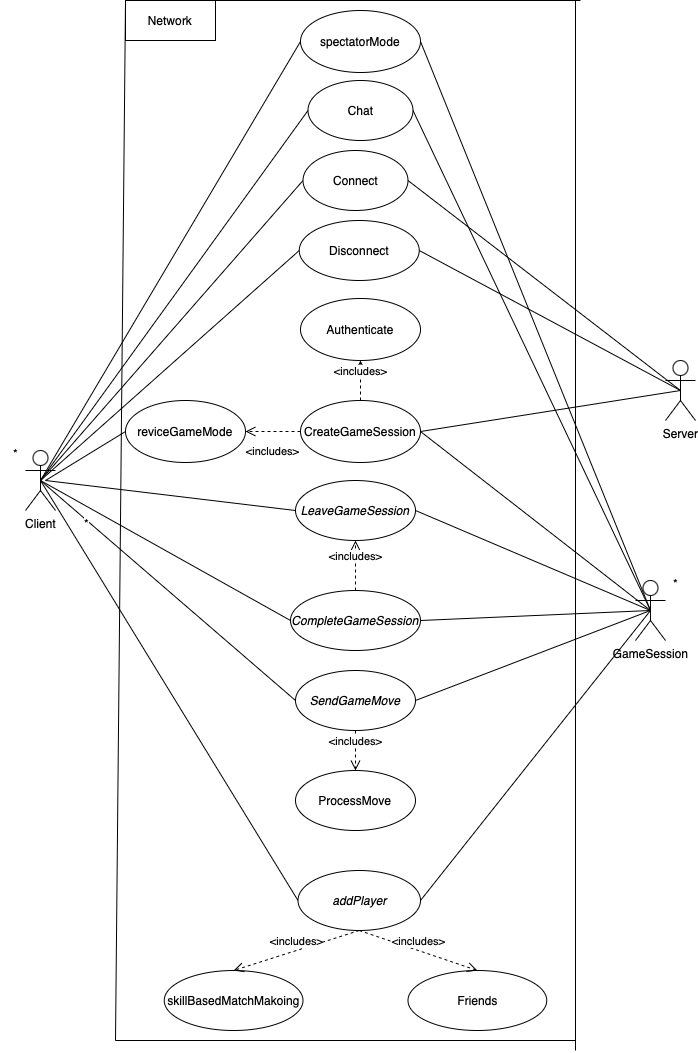
Earlier version of the draw.io export docs/diagrams/NetworkingUseCaseDiagram.png (marinara782/OMG-Multiplayer-Project). Source tidied: cells renumbered, new cells last; positions are measured from the earlier drawing's top-left corner, leaving out a move shared by most shapes.
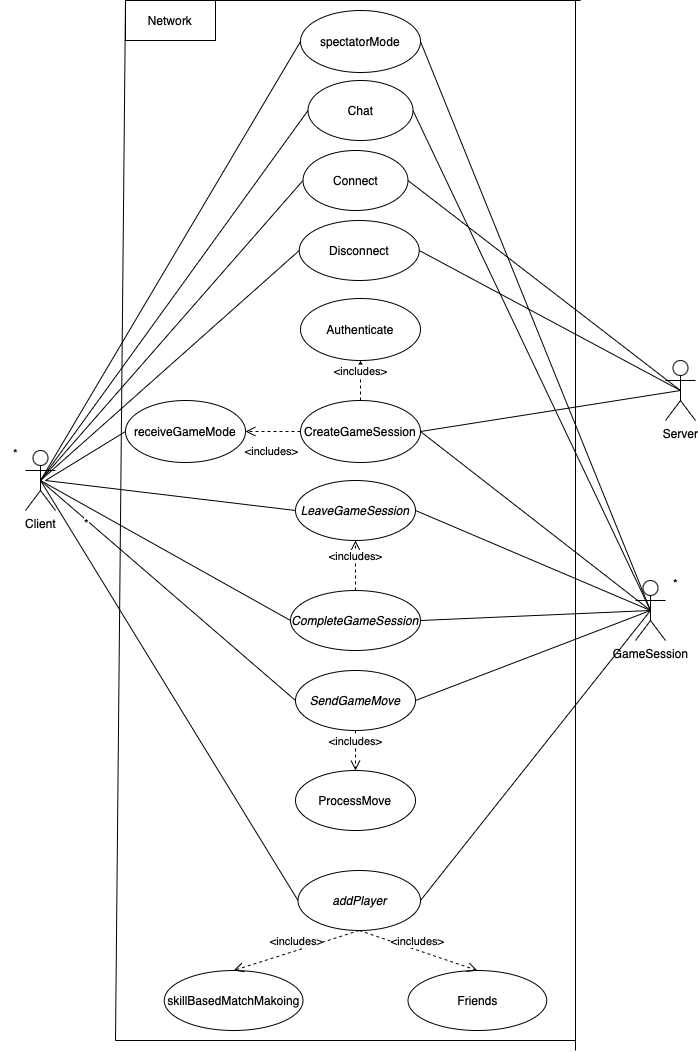
The same diagram one commit later.

Commit message:
networking usecase diagram updated

Diff of the diagram source:
```diff
@@ -150,7 +150,7 @@
     <mxCell id="45" value="&amp;lt;includes&amp;gt;" style="html=1;verticalAlign=bottom;endArrow=open;dashed=1;endSize=8;curved=0;rounded=0;exitX=0.5;exitY=0;exitDx=0;exitDy=0;entryX=0.5;entryY=1;entryDx=0;entryDy=0;" parent="1" edge="1" source="38" target="37">
       <mxGeometry relative="1" as="geometry" />
     </mxCell>
-    <mxCell id="46" value="reviceGameMode" style="ellipse;whiteSpace=wrap;html=1;" parent="1" vertex="1">
+    <mxCell id="46" value="receiveGameMode" style="ellipse;whiteSpace=wrap;html=1;" parent="1" vertex="1">
       <mxGeometry x="125" y="400" width="120" height="62" as="geometry" />
     </mxCell>
     <mxCell id="47" value="&amp;lt;includes&amp;gt;" style="html=1;verticalAlign=bottom;endArrow=open;dashed=1;endSize=8;curved=0;rounded=0;exitX=0;exitY=0.5;exitDx=0;exitDy=0;entryX=1;entryY=0.5;entryDx=0;entryDy=0;" parent="1" edge="1" source="15" target="46">
```
